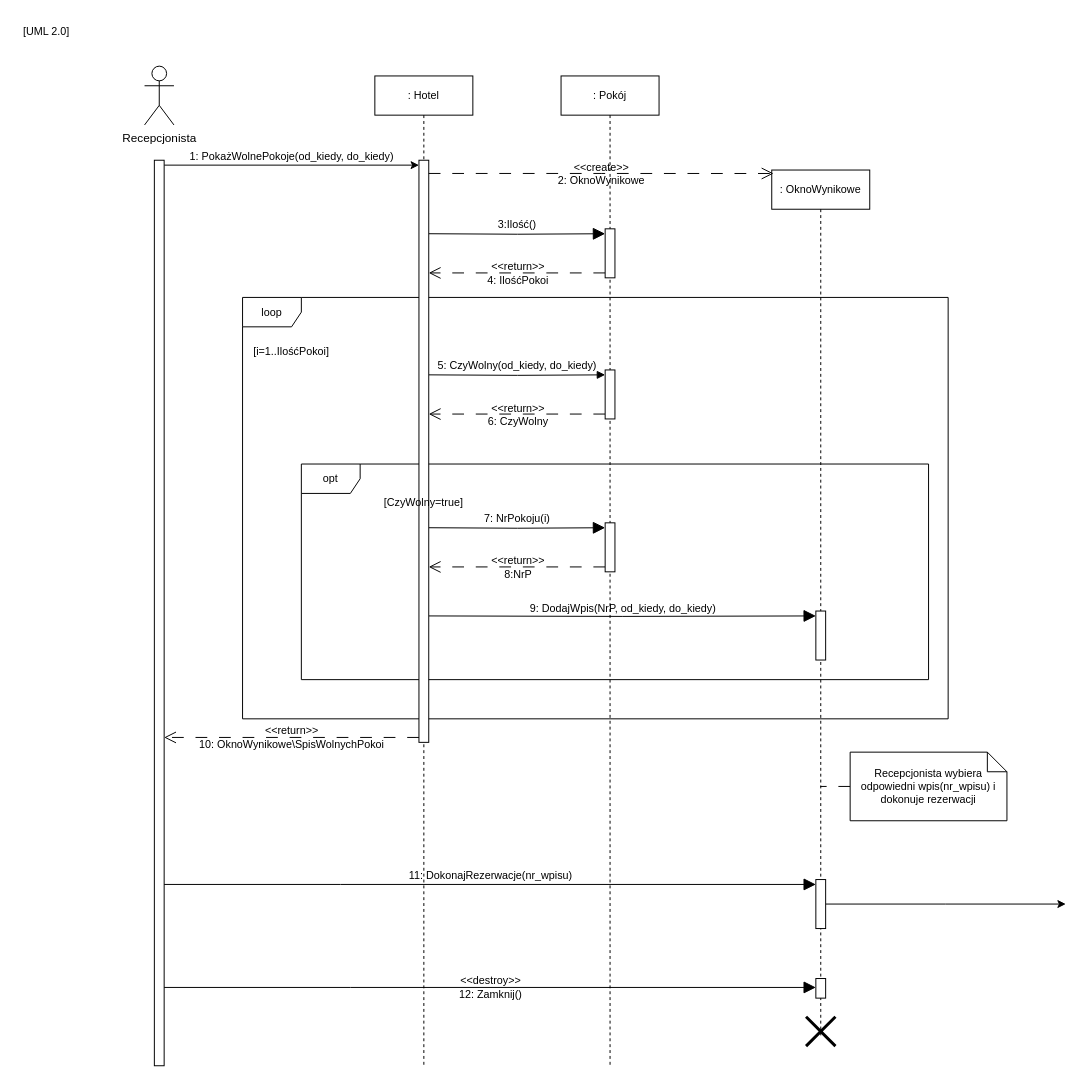
Before: Diagram przebiegu.drawio in Dziecky/UML, a draw.io diagram. Source tidied: cells renumbered, new cells numbered last; positions are measured from the earlier drawing's top-left corner, leaving out a move shared by most shapes. Both pictures are drawn from the tidied source at 98%, with x=0, y=0 at pixel (17, 17).
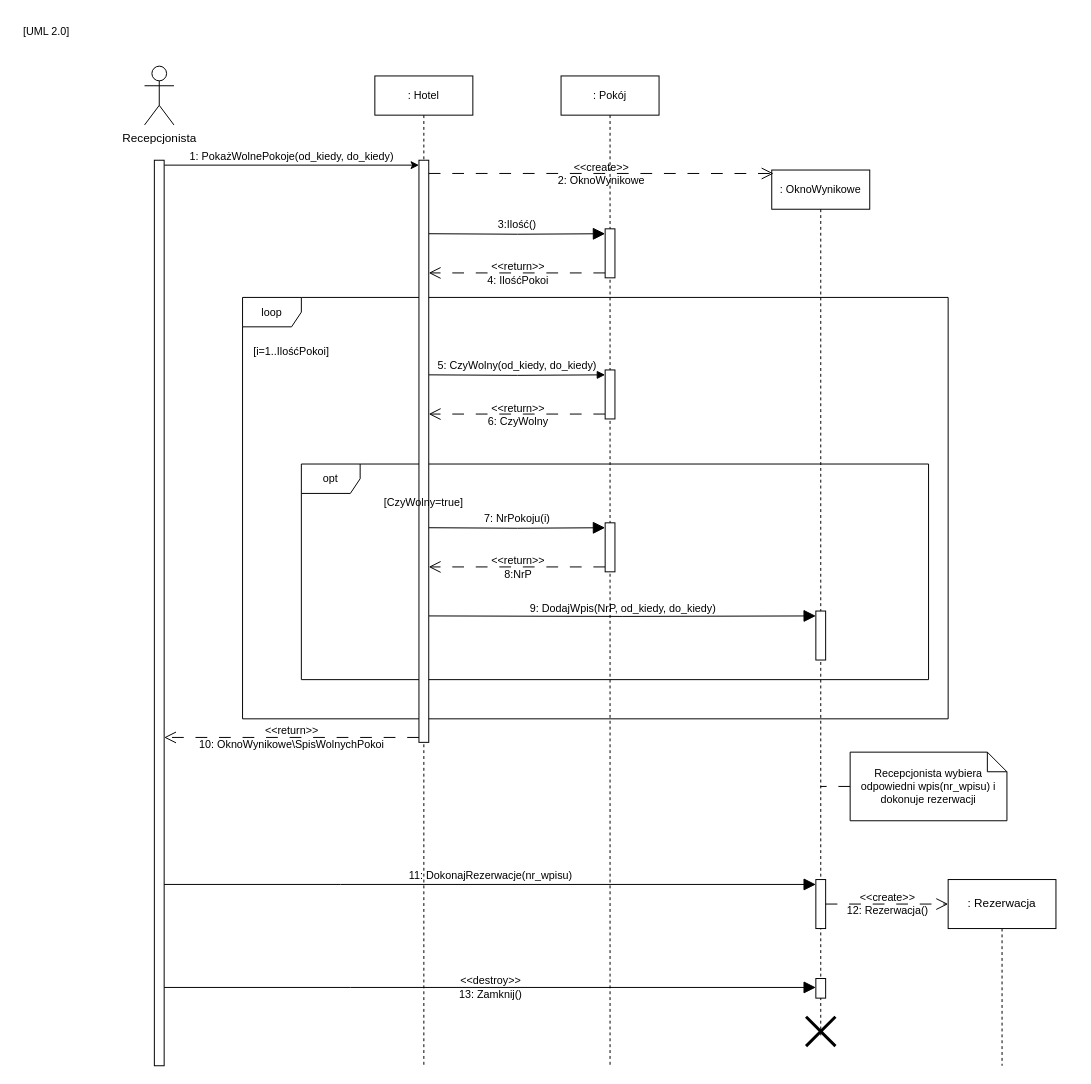
After the change.

Unchanged cells that the change refers to:
```xml
<mxCell id="26" value=": OknoWynikowe" style="shape=umlLifeline;perimeter=lifelinePerimeter;whiteSpace=wrap;html=1;outlineConnect=0;portConstraint=eastwest;newEdgeStyle={&quot;curved&quot;:0,&quot;rounded&quot;:0};fontFamily=Helvetica;fontSize=11;fontColor=default;labelBackgroundColor=none;" parent="1" vertex="1">
  <mxGeometry x="770" y="156" width="100" height="884" as="geometry" />
</mxCell>
<mxCell id="29" style="html=1;points=[[0,0,0,0,5],[0,1,0,0,-5],[1,0,0,0,5],[1,1,0,0,-5]];perimeter=orthogonalPerimeter;outlineConnect=0;targetShapes=umlLifeline;portConstraint=eastwest;newEdgeStyle={&quot;curved&quot;:0,&quot;rounded&quot;:0};fontFamily=Helvetica;fontSize=11;fontColor=default;labelBackgroundColor=none;" parent="26" vertex="1">
  <mxGeometry x="45" y="724" width="10" height="50" as="geometry" />
</mxCell>
<mxCell id="30" style="html=1;points=[[0,0,0,0,5],[0,1,0,0,-5],[1,0,0,0,5],[1,1,0,0,-5]];perimeter=orthogonalPerimeter;outlineConnect=0;targetShapes=umlLifeline;portConstraint=eastwest;newEdgeStyle={&quot;curved&quot;:0,&quot;rounded&quot;:0};fontFamily=Helvetica;fontSize=11;fontColor=default;labelBackgroundColor=none;" parent="26" vertex="1">
  <mxGeometry x="45" y="825" width="10" height="20" as="geometry" />
</mxCell>
```

The edit, as a diff of the source:
```diff
@@
-    <mxCell id="18" value="&amp;lt;&amp;lt;destroy&amp;gt;&amp;gt;&lt;div&gt;12: Zamknij()&lt;/div&gt;" style="edgeStyle=orthogonalEdgeStyle;curved=0;rounded=0;jettySize=auto;html=1;strokeColor=default;align=center;verticalAlign=middle;fontFamily=Helvetica;fontSize=11;fontColor=default;labelBackgroundColor=none;endArrow=block;endFill=1;endSize=10;" parent="1" edge="1" target="30">
+    <mxCell id="18" value="&amp;lt;&amp;lt;destroy&amp;gt;&amp;gt;&lt;div&gt;13: Zamknij()&lt;/div&gt;" style="edgeStyle=orthogonalEdgeStyle;curved=0;rounded=0;jettySize=auto;html=1;strokeColor=default;align=center;verticalAlign=middle;fontFamily=Helvetica;fontSize=11;fontColor=default;labelBackgroundColor=none;endArrow=block;endFill=1;endSize=10;" parent="1" edge="1" target="30">
       <mxGeometry relative="1" as="geometry">
         <mxPoint x="150" y="990.1" as="sourcePoint" />
         <Array as="points">
           <mxPoint x="340" y="990" />
           <mxPoint x="340" y="990" />
         </Array>
       </mxGeometry>
     </mxCell>
@@
-    <mxCell id="28" style="edgeStyle=orthogonalEdgeStyle;rounded=0;jettySize=auto;html=1;curved=0;" parent="26" edge="1" source="29">
-      <mxGeometry relative="1" as="geometry">
-        <mxPoint x="300" y="749" as="targetPoint" />
-      </mxGeometry>
-    </mxCell>
@@
+    <mxCell id="28" value="&amp;lt;&amp;lt;create&amp;gt;&amp;gt;&lt;div&gt;12: Rezerwacja()&lt;/div&gt;" style="edgeStyle=orthogonalEdgeStyle;rounded=0;jettySize=auto;html=1;curved=0;dashed=1;dashPattern=12 12;endArrow=open;endFill=0;endSize=10;labelBackgroundColor=none;" parent="1" edge="1" source="29" target="36">
+      <mxGeometry relative="1" as="geometry" />
+    </mxCell>
+    <mxCell id="35" style="edgeStyle=orthogonalEdgeStyle;rounded=0;jettySize=auto;html=1;dashed=1;endArrow=none;endFill=0;" parent="1" edge="1" source="36">
+      <mxGeometry relative="1" as="geometry">
+        <mxPoint x="1005" y="1070" as="targetPoint" />
+      </mxGeometry>
+    </mxCell>
+    <mxCell id="36" value=": Rezerwacja" style="html=1;whiteSpace=wrap;" parent="1" vertex="1">
+      <mxGeometry x="950" y="880" width="110" height="50" as="geometry" />
+    </mxCell>
```
